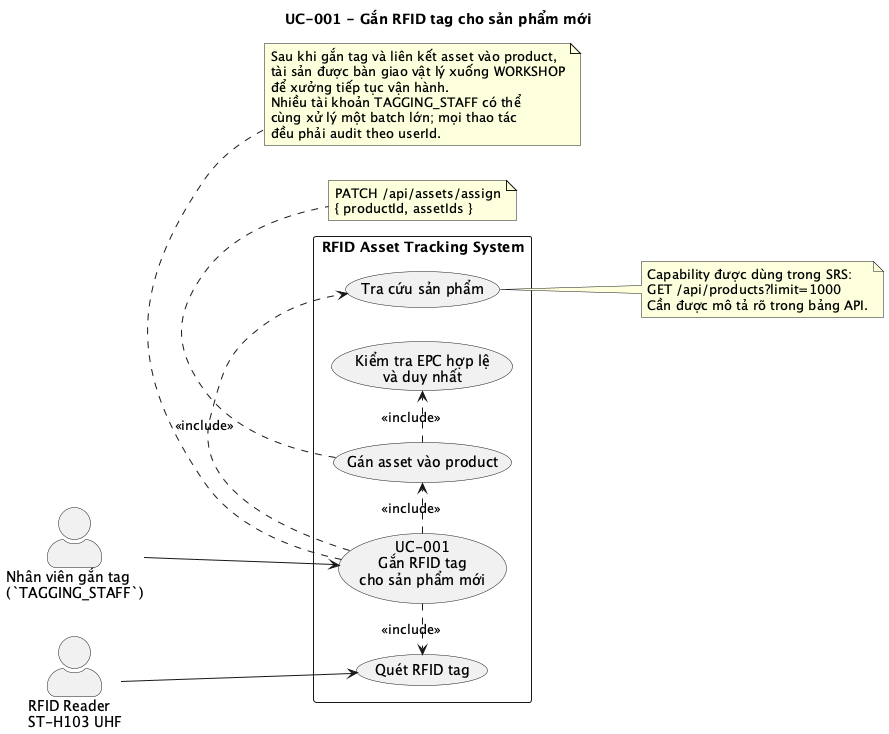
Tuoi-SE/rfid-app keeps this PlantUML diagram as docs/images/diagrams/uc-001-gan-rfid-tag-cho-san-pham-moi.png. Above is the earlier version. The source it was exported from:
```plantuml
@startuml
title UC-001 - Gắn RFID tag cho sản phẩm mới

left to right direction
skinparam shadowing false
skinparam actorStyle awesome
skinparam packageStyle rectangle

actor "Nhân viên gắn tag\n(`TAGGING_STAFF`)" as TS
actor "RFID Reader\nST-H103 UHF" as Reader

rectangle "RFID Asset Tracking System" {
  usecase "UC-001\nGắn RFID tag\ncho sản phẩm mới" as Main
  usecase "Tra cứu sản phẩm" as LookupProduct
  usecase "Quét RFID tag" as ScanTag
  usecase "Gán asset vào product" as AssignAsset
  usecase "Kiểm tra EPC hợp lệ\nvà duy nhất" as ValidateEPC
}

TS --> Main
Reader --> ScanTag

Main .> LookupProduct : <<include>>
Main .> ScanTag : <<include>>
Main .> AssignAsset : <<include>>
AssignAsset .> ValidateEPC : <<include>>

note right of LookupProduct
Capability được dùng trong SRS:
GET /api/products?limit=1000
Cần được mô tả rõ trong bảng API.
end note

note bottom of AssignAsset
PATCH /api/assets/assign
{ productId, assetIds }
end note

note bottom of Main
Sau khi gắn tag và liên kết asset vào product,
tài sản được bàn giao vật lý xuống WORKSHOP
để xưởng tiếp tục vận hành.
Nhiều tài khoản TAGGING_STAFF có thể
cùng xử lý một batch lớn; mọi thao tác
đều phải audit theo userId.
end note

@enduml
```
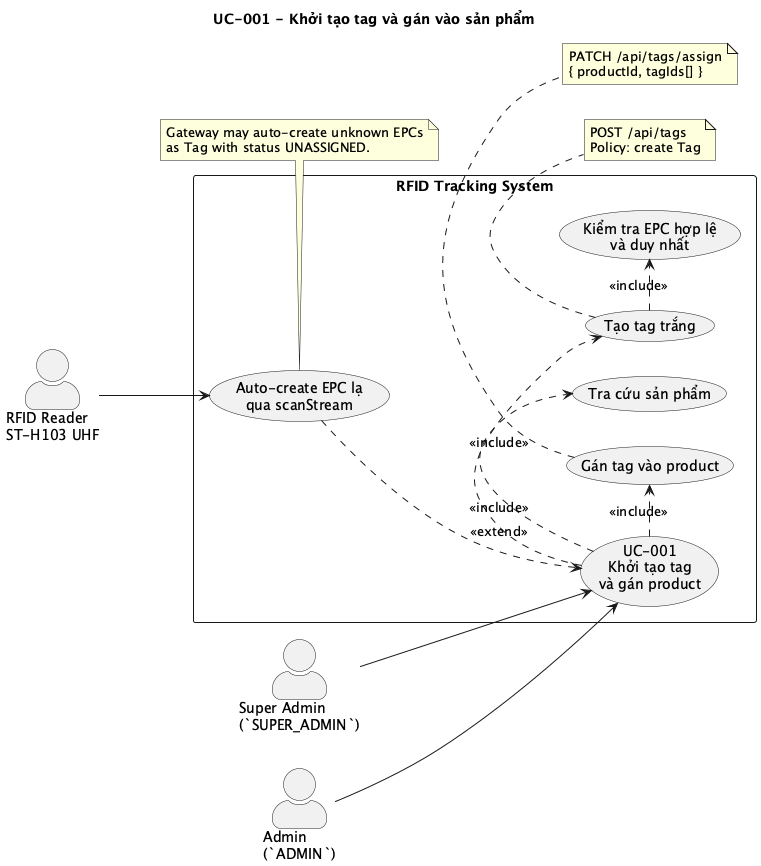
Above is the later version.

The edit, as a diff of the source:
```diff
@@ -1,48 +1,47 @@
 @startuml
-title UC-001 - Gắn RFID tag cho sản phẩm mới
+title UC-001 - Khởi tạo tag và gán vào sản phẩm
 
 left to right direction
 skinparam shadowing false
 skinparam actorStyle awesome
 skinparam packageStyle rectangle
 
-actor "Nhân viên gắn tag\n(`TAGGING_STAFF`)" as TS
+actor "Super Admin\n(`SUPER_ADMIN`)" as SA
+actor "Admin\n(`ADMIN`)" as AD
 actor "RFID Reader\nST-H103 UHF" as Reader
 
-rectangle "RFID Asset Tracking System" {
-  usecase "UC-001\nGắn RFID tag\ncho sản phẩm mới" as Main
+rectangle "RFID Tracking System" {
+  usecase "UC-001\nKhởi tạo tag\nvà gán product" as Main
+  usecase "Tạo tag trắng" as CreateTag
   usecase "Tra cứu sản phẩm" as LookupProduct
-  usecase "Quét RFID tag" as ScanTag
-  usecase "Gán asset vào product" as AssignAsset
+  usecase "Gán tag vào product" as AssignTag
   usecase "Kiểm tra EPC hợp lệ\nvà duy nhất" as ValidateEPC
+  usecase "Auto-create EPC lạ\nqua scanStream" as AutoCreate
 }
 
-TS --> Main
-Reader --> ScanTag
+SA --> Main
+AD --> Main
+Reader --> AutoCreate
 
+Main .> CreateTag : <<include>>
 Main .> LookupProduct : <<include>>
-Main .> ScanTag : <<include>>
-Main .> AssignAsset : <<include>>
-AssignAsset .> ValidateEPC : <<include>>
+Main .> AssignTag : <<include>>
+CreateTag .> ValidateEPC : <<include>>
+AutoCreate ..> Main : <<extend>>
 
-note right of LookupProduct
-Capability được dùng trong SRS:
-GET /api/products?limit=1000
-Cần được mô tả rõ trong bảng API.
+note bottom of CreateTag
+POST /api/tags
+Policy: create Tag
 end note
 
-note bottom of AssignAsset
-PATCH /api/assets/assign
-{ productId, assetIds }
+note bottom of AssignTag
+PATCH /api/tags/assign
+{ productId, tagIds[] }
 end note
 
-note bottom of Main
-Sau khi gắn tag và liên kết asset vào product,
-tài sản được bàn giao vật lý xuống WORKSHOP
-để xưởng tiếp tục vận hành.
-Nhiều tài khoản TAGGING_STAFF có thể
-cùng xử lý một batch lớn; mọi thao tác
-đều phải audit theo userId.
+note bottom of AutoCreate
+Gateway may auto-create unknown EPCs
+as Tag with status UNASSIGNED.
 end note
 
 @enduml
```
